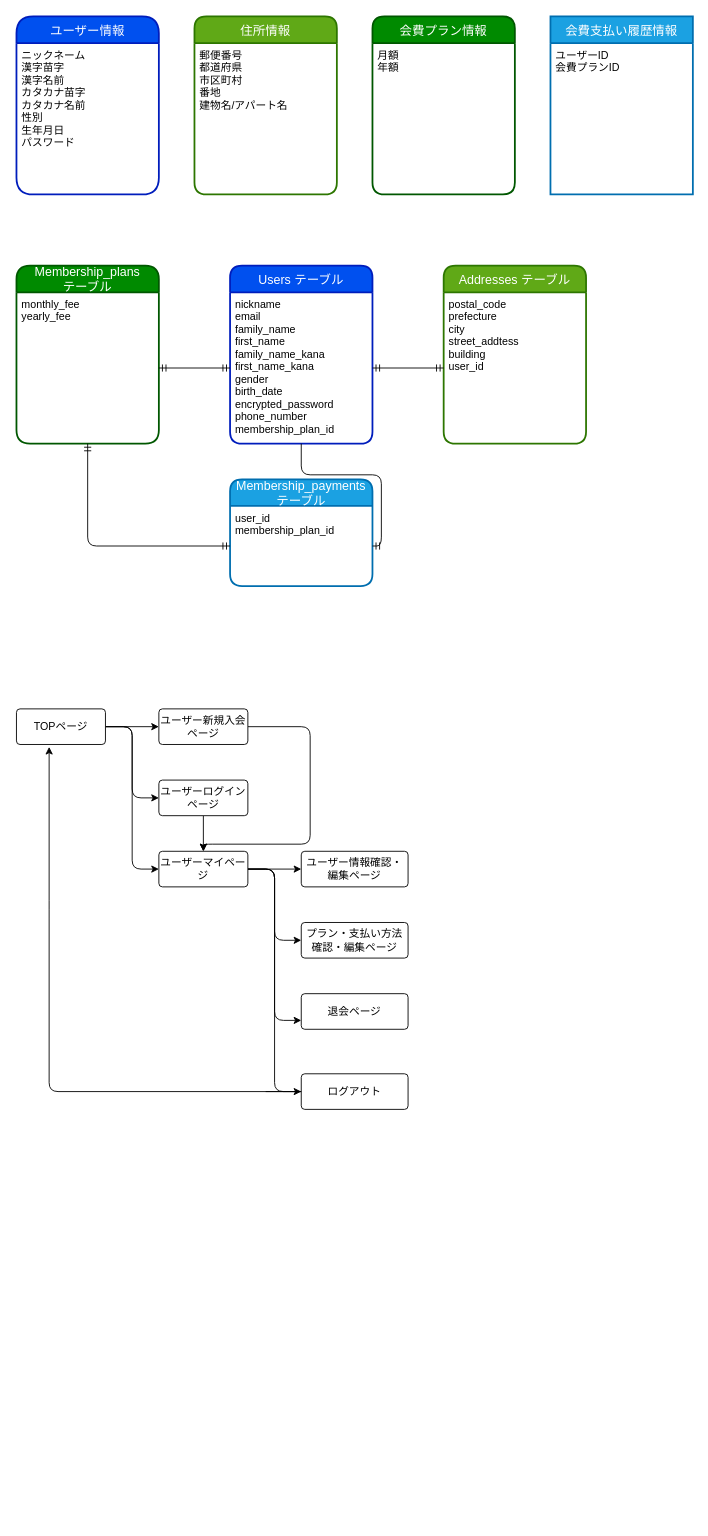
Above: er.dio in ta-design2021/uh-fanclub (draw.io), before the change. Source tidied: cells renumbered, new cells numbered last; positions are measured from the earlier drawing's top-left corner, leaving out a move shared by most shapes. Both pictures are drawn from the tidied source at 89%, with x=0, y=0 at pixel (16, 16).
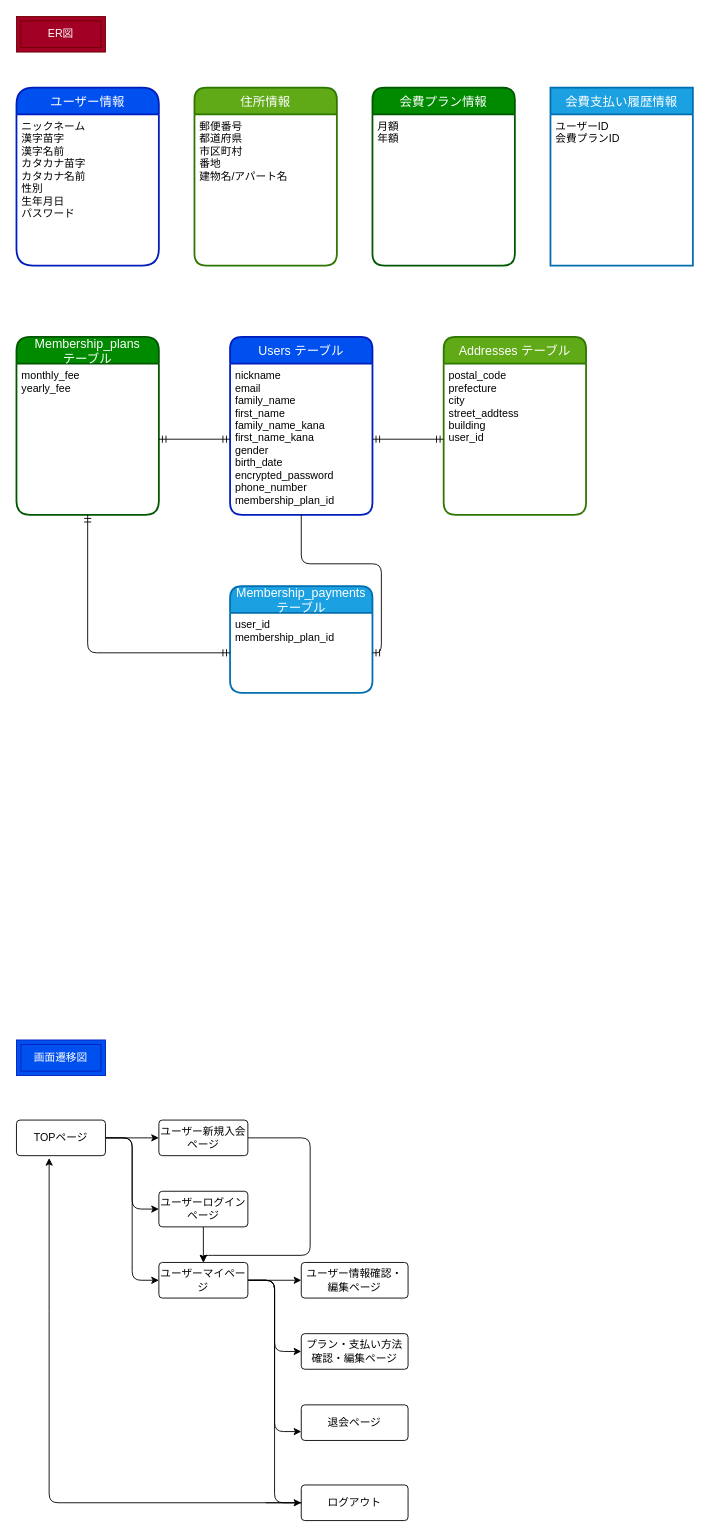
The same diagram, later.

Change to the diagram source:
```diff
@@
     <mxCell id="2" value="住所情報" style="swimlane;horizontal=1;startSize=30;rounded=1;fontSize=14;fontStyle=0;strokeWidth=2;shadow=0;dashed=0;align=center;fillColor=#60a917;fontColor=#ffffff;strokeColor=#2D7600;" parent="1" vertex="1">
-      <mxGeometry x="200" width="160" height="200" as="geometry" />
+      <mxGeometry x="200" y="80" width="160" height="200" as="geometry" />
     </mxCell>
@@
     <mxCell id="4" value="ユーザー情報" style="swimlane;horizontal=1;startSize=30;rounded=1;fontSize=14;fontStyle=0;strokeWidth=2;shadow=0;dashed=0;align=center;fillColor=#0050ef;fontColor=#ffffff;strokeColor=#001DBC;arcSize=21;" parent="1" vertex="1">
-      <mxGeometry width="160" height="200" as="geometry" />
+      <mxGeometry y="80" width="160" height="200" as="geometry" />
     </mxCell>
@@
     <mxCell id="6" value="会費プラン情報" style="swimlane;horizontal=1;startSize=30;rounded=1;fontSize=14;fontStyle=0;strokeWidth=2;shadow=0;dashed=0;align=center;fillColor=#008a00;fontColor=#ffffff;strokeColor=#005700;" parent="1" vertex="1">
-      <mxGeometry x="400" width="160" height="200" as="geometry" />
+      <mxGeometry x="400" y="80" width="160" height="200" as="geometry" />
     </mxCell>
@@
     <mxCell id="8" value="会費支払い履歴情報" style="swimlane;horizontal=1;startSize=30;rounded=1;fontSize=14;fontStyle=0;strokeWidth=2;shadow=0;dashed=0;align=center;fillColor=#1ba1e2;fontColor=#ffffff;strokeColor=#006EAF;arcSize=0;" parent="1" vertex="1">
-      <mxGeometry x="600" width="160" height="200" as="geometry" />
+      <mxGeometry x="600" y="80" width="160" height="200" as="geometry" />
     </mxCell>
@@
     <mxCell id="10" value="Users テーブル" style="swimlane;horizontal=1;startSize=30;rounded=1;fontSize=14;fontStyle=0;strokeWidth=2;shadow=0;dashed=0;align=center;fillColor=#0050ef;fontColor=#ffffff;strokeColor=#001DBC;" parent="1" vertex="1">
-      <mxGeometry x="240" y="280" width="160" height="200" as="geometry" />
+      <mxGeometry x="240" y="360" width="160" height="200" as="geometry" />
     </mxCell>
@@
     <mxCell id="12" value="Addresses テーブル" style="swimlane;horizontal=1;startSize=30;rounded=1;fontSize=14;fontStyle=0;strokeWidth=2;shadow=0;dashed=0;align=center;fillColor=#60a917;fontColor=#ffffff;strokeColor=#2D7600;" parent="1" vertex="1">
-      <mxGeometry x="480" y="280" width="160" height="200" as="geometry" />
+      <mxGeometry x="480" y="360" width="160" height="200" as="geometry" />
     </mxCell>
@@
     <mxCell id="14" value="Membership_plans&#10;テーブル" style="swimlane;horizontal=1;startSize=30;rounded=1;fontSize=14;fontStyle=0;strokeWidth=2;shadow=0;dashed=0;align=center;fillColor=#008a00;fontColor=#ffffff;strokeColor=#005700;arcSize=17;" parent="1" vertex="1">
-      <mxGeometry y="280" width="160" height="200" as="geometry" />
+      <mxGeometry y="360" width="160" height="200" as="geometry" />
     </mxCell>
@@
     <mxCell id="16" value="Membership_payments &#10;テーブル" style="swimlane;horizontal=1;startSize=30;rounded=1;fontSize=14;fontStyle=0;strokeWidth=2;shadow=0;dashed=0;align=center;fillColor=#1ba1e2;fontColor=#ffffff;strokeColor=#006EAF;" parent="1" vertex="1">
-      <mxGeometry x="240" y="520" width="160" height="120" as="geometry" />
+      <mxGeometry x="240" y="640" width="160" height="120" as="geometry" />
     </mxCell>
@@
     <mxCell id="24" value="TOPページ" style="rounded=1;arcSize=10;whiteSpace=wrap;html=1;align=center;" parent="1" vertex="1">
-      <mxGeometry y="778" width="100" height="40" as="geometry" />
+      <mxGeometry y="1240" width="100" height="40" as="geometry" />
     </mxCell>
     <mxCell id="25" style="edgeStyle=orthogonalEdgeStyle;html=1;exitX=1;exitY=0.5;exitDx=0;exitDy=0;entryX=0.5;entryY=0;entryDx=0;entryDy=0;" parent="1" edge="1" source="26" target="33">
       <mxGeometry relative="1" as="geometry">
         <Array as="points">
-          <mxPoint x="330" y="798" />
-          <mxPoint x="330" y="930" />
-          <mxPoint x="210" y="930" />
+          <mxPoint x="330" y="1260" />
+          <mxPoint x="330" y="1392" />
+          <mxPoint x="210" y="1392" />
         </Array>
       </mxGeometry>
     </mxCell>
     <mxCell id="26" value="ユーザー新規入会ページ" style="rounded=1;arcSize=10;whiteSpace=wrap;html=1;align=center;" parent="1" vertex="1">
-      <mxGeometry x="160" y="778" width="100" height="40" as="geometry" />
+      <mxGeometry x="160" y="1240" width="100" height="40" as="geometry" />
     </mxCell>
@@
     <mxCell id="28" value="ユーザーログインページ" style="rounded=1;arcSize=10;whiteSpace=wrap;html=1;align=center;" parent="1" vertex="1">
-      <mxGeometry x="160" y="858" width="100" height="40" as="geometry" />
+      <mxGeometry x="160" y="1320" width="100" height="40" as="geometry" />
     </mxCell>
@@
     <mxCell id="33" value="ユーザーマイページ" style="rounded=1;arcSize=10;whiteSpace=wrap;html=1;align=center;" parent="1" vertex="1">
-      <mxGeometry x="160" y="938" width="100" height="40" as="geometry" />
+      <mxGeometry x="160" y="1400" width="100" height="40" as="geometry" />
     </mxCell>
     <mxCell id="34" value="ユーザー情報確認・編集ページ" style="rounded=1;arcSize=10;whiteSpace=wrap;html=1;align=center;" parent="1" vertex="1">
-      <mxGeometry x="320" y="938" width="120" height="40" as="geometry" />
+      <mxGeometry x="320" y="1400" width="120" height="40" as="geometry" />
     </mxCell>
@@
     <mxCell id="36" value="プラン・支払い方法確認・編集ページ" style="rounded=1;arcSize=10;whiteSpace=wrap;html=1;align=center;" parent="1" vertex="1">
-      <mxGeometry x="320" y="1018" width="120" height="40" as="geometry" />
+      <mxGeometry x="320" y="1480" width="120" height="40" as="geometry" />
     </mxCell>
     <mxCell id="37" value="退会ページ" style="rounded=1;arcSize=10;whiteSpace=wrap;html=1;align=center;" parent="1" vertex="1">
-      <mxGeometry x="320" y="1098" width="120" height="40" as="geometry" />
+      <mxGeometry x="320" y="1560" width="120" height="40" as="geometry" />
     </mxCell>
@@
     <mxCell id="39" value="ログアウト" style="rounded=1;arcSize=10;whiteSpace=wrap;html=1;align=center;" parent="1" vertex="1">
-      <mxGeometry x="320" y="1188" width="120" height="40" as="geometry" />
+      <mxGeometry x="320" y="1650" width="120" height="40" as="geometry" />
     </mxCell>
     <mxCell id="40" style="endArrow=none;html=1;rounded=0;exitX=0;exitY=0.5;exitDx=0;exitDy=0;" parent="1" edge="1" source="39">
       <mxGeometry relative="1" as="geometry">
-        <mxPoint x="280" y="1208" as="targetPoint" />
+        <mxPoint x="280" y="1670" as="targetPoint" />
       </mxGeometry>
     </mxCell>
+    <mxCell id="41" value="画面遷移図" style="shape=ext;margin=3;double=1;whiteSpace=wrap;html=1;align=center;fillColor=#0050ef;fontColor=#ffffff;strokeColor=#001DBC;" parent="1" vertex="1">
+      <mxGeometry y="1150" width="100" height="40" as="geometry" />
+    </mxCell>
+    <mxCell id="42" value="ER図" style="shape=ext;margin=3;double=1;whiteSpace=wrap;html=1;align=center;fillColor=#a20025;fontColor=#ffffff;strokeColor=#6F0000;" parent="1" vertex="1">
+      <mxGeometry width="100" height="40" as="geometry" />
+    </mxCell>
```
